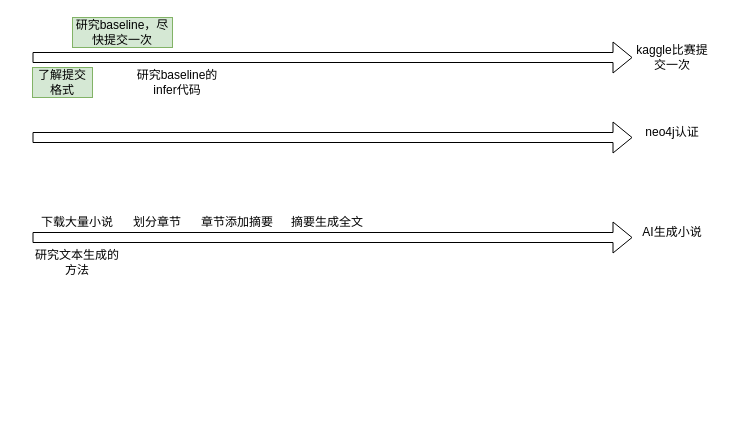
This is main_task.drawio from mayi140611/document_knowledge_management, a draw.io file, before an edit. Source tidied: cells renumbered, new cells numbered last; positions are measured from the earlier drawing's top-left corner, leaving out a move shared by most shapes. Both pictures are drawn from the tidied source at 100%, with x=0, y=0 at pixel (32, 17).
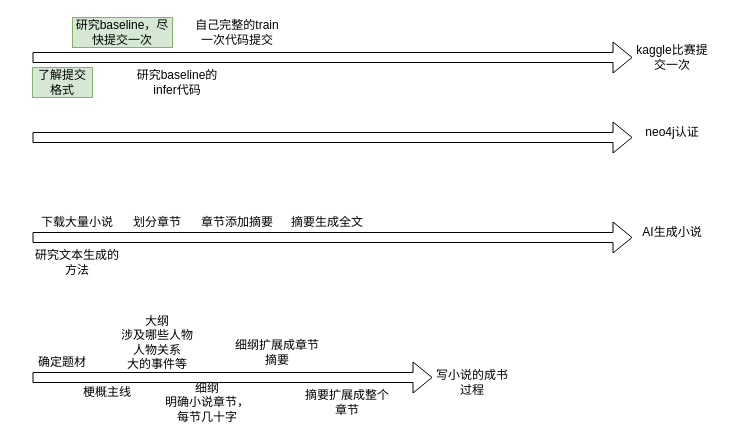
After the change.

What changed in the source:
```diff
@@
+    <mxCell id="16" value="自己完整的train一次代码提交" style="text;html=1;strokeColor=none;fillColor=none;align=center;verticalAlign=middle;whiteSpace=wrap;rounded=0;" parent="1" vertex="1">
+      <mxGeometry x="160" width="90" height="30" as="geometry" />
+    </mxCell>
+    <mxCell id="17" style="shape=flexArrow;endArrow=classic;html=1;rounded=0;" parent="1" edge="1">
+      <mxGeometry relative="1" as="geometry">
+        <mxPoint y="360" as="sourcePoint" />
+        <mxPoint x="400" y="360" as="targetPoint" />
+      </mxGeometry>
+    </mxCell>
+    <mxCell id="18" value="写小说的成书过程" style="text;html=1;strokeColor=none;fillColor=none;align=center;verticalAlign=middle;whiteSpace=wrap;rounded=0;" parent="1" vertex="1">
+      <mxGeometry x="400" y="350" width="80" height="30" as="geometry" />
+    </mxCell>
+    <mxCell id="19" value="确定题材" style="text;html=1;strokeColor=none;fillColor=none;align=center;verticalAlign=middle;whiteSpace=wrap;rounded=0;" parent="1" vertex="1">
+      <mxGeometry x="-15" y="330" width="90" height="30" as="geometry" />
+    </mxCell>
+    <mxCell id="20" value="梗概主线" style="text;html=1;strokeColor=none;fillColor=none;align=center;verticalAlign=middle;whiteSpace=wrap;rounded=0;" parent="1" vertex="1">
+      <mxGeometry x="30" y="360" width="90" height="30" as="geometry" />
+    </mxCell>
+    <mxCell id="21" value="&lt;div&gt;大纲&lt;/div&gt;&lt;div&gt;涉及哪些人物&lt;/div&gt;&lt;div&gt;人物关系&lt;/div&gt;&lt;div&gt;大的事件等&lt;br&gt;&lt;/div&gt;" style="text;html=1;strokeColor=none;fillColor=none;align=center;verticalAlign=middle;whiteSpace=wrap;rounded=0;" parent="1" vertex="1">
+      <mxGeometry x="80" y="310" width="90" height="30" as="geometry" />
+    </mxCell>
+    <mxCell id="22" value="细纲扩展成章节摘要" style="text;html=1;strokeColor=none;fillColor=none;align=center;verticalAlign=middle;whiteSpace=wrap;rounded=0;" parent="1" vertex="1">
+      <mxGeometry x="200" y="320" width="90" height="30" as="geometry" />
+    </mxCell>
+    <mxCell id="23" value="摘要扩展成整个章节" style="text;html=1;strokeColor=none;fillColor=none;align=center;verticalAlign=middle;whiteSpace=wrap;rounded=0;" parent="1" vertex="1">
+      <mxGeometry x="270" y="370" width="90" height="30" as="geometry" />
+    </mxCell>
+    <mxCell id="24" value="&lt;div&gt;细纲&lt;/div&gt;&lt;div&gt;明确小说章节，每节几十字&lt;br&gt;&lt;/div&gt;" style="text;html=1;strokeColor=none;fillColor=none;align=center;verticalAlign=middle;whiteSpace=wrap;rounded=0;" parent="1" vertex="1">
+      <mxGeometry x="130" y="370" width="90" height="30" as="geometry" />
+    </mxCell>
```
